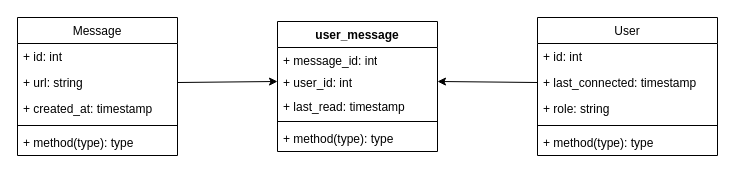
Earlier version of the draw.io diagram draw.io/class-digram-infocaster.drawio (ahidayati/database-diagram). Source tidied: cells renumbered, new cells numbered last; positions are measured from the earlier drawing's top-left corner, leaving out a move shared by most shapes. Both pictures are drawn from the tidied source at 100%, with x=0, y=0 at pixel (17, 17).
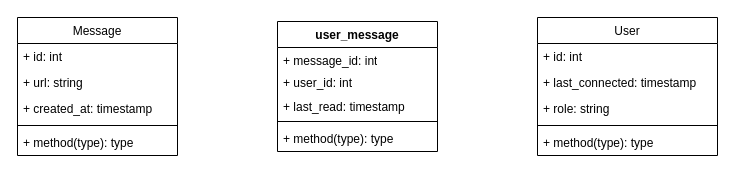
After the change.

Commit message:
Mettre à jour class-digram-infocaster.drawio

The change refers to these unchanged cells:
```xml
<mxCell id="4" value="+ url: string" style="text;align=left;verticalAlign=top;spacingLeft=4;spacingRight=4;overflow=hidden;points=[[0,0.5],[1,0.5]];portConstraint=eastwest;rounded=0;shadow=0;html=0;" parent="2" vertex="1">
  <mxGeometry y="52" width="160" height="26" as="geometry" />
</mxCell>
<mxCell id="10" value="+ last_connected: timestamp" style="text;align=left;verticalAlign=top;spacingLeft=4;spacingRight=4;overflow=hidden;points=[[0,0.5],[1,0.5]];portConstraint=eastwest;rounded=0;shadow=0;html=0;" parent="8" vertex="1">
  <mxGeometry y="52" width="180" height="26" as="geometry" />
</mxCell>
<mxCell id="16" value="+ user_id: int" style="text;strokeColor=none;fillColor=none;align=left;verticalAlign=top;spacingLeft=4;spacingRight=4;overflow=hidden;points=[[0,0.5],[1,0.5]];portConstraint=eastwest;whiteSpace=wrap;html=1;" parent="14" vertex="1">
  <mxGeometry y="48" width="160" height="24" as="geometry" />
</mxCell>
```

The edit, as a diff of the source:
```diff
@@
-    <mxCell id="20" style="endArrow=classic;html=1;rounded=0;entryX=0;entryY=0.5;entryDx=0;entryDy=0;exitX=1;exitY=0.5;exitDx=0;exitDy=0;" parent="1" edge="1" source="4" target="16">
-      <mxGeometry relative="1" as="geometry" />
-    </mxCell>
-    <mxCell id="21" style="endArrow=classic;html=1;rounded=0;entryX=1;entryY=0.5;entryDx=0;entryDy=0;exitX=0;exitY=0.5;exitDx=0;exitDy=0;" parent="1" edge="1" source="10" target="16">
-      <mxGeometry relative="1" as="geometry" />
-    </mxCell>
```
